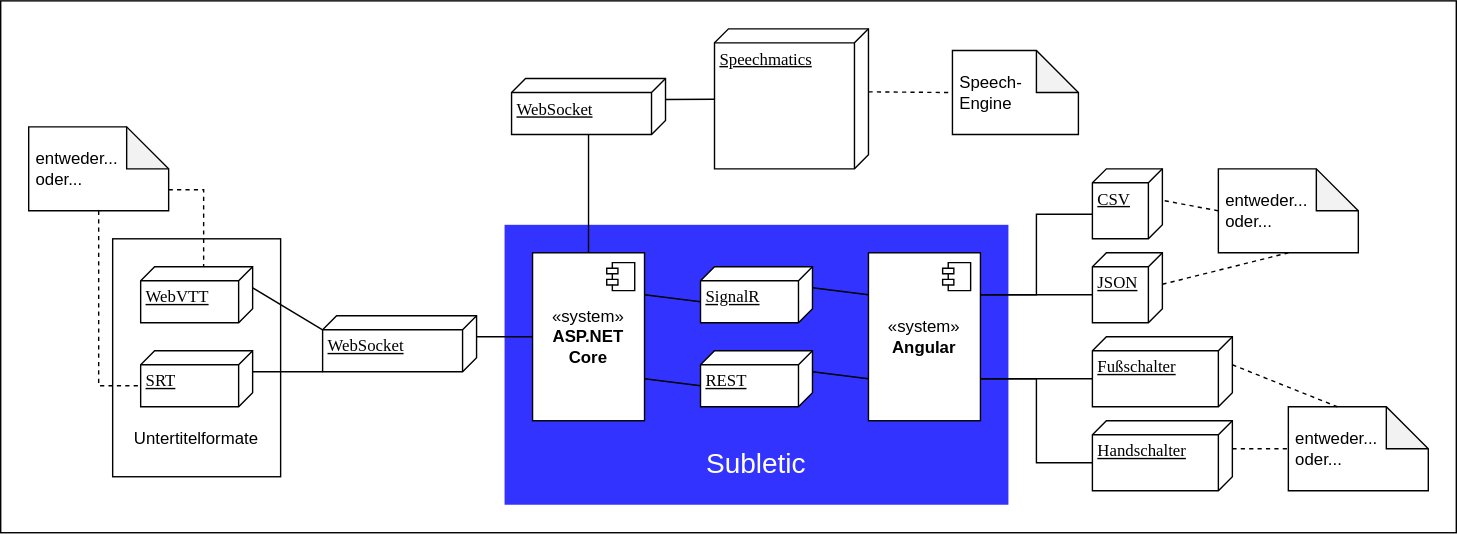
Above: img/TechnischerKontext.drawio.svg in Subletic/Documentation (draw.io), before the change. Source tidied: cells renumbered, new cells last; positions are measured from the earlier drawing's top-left corner, leaving out a move shared by most shapes.
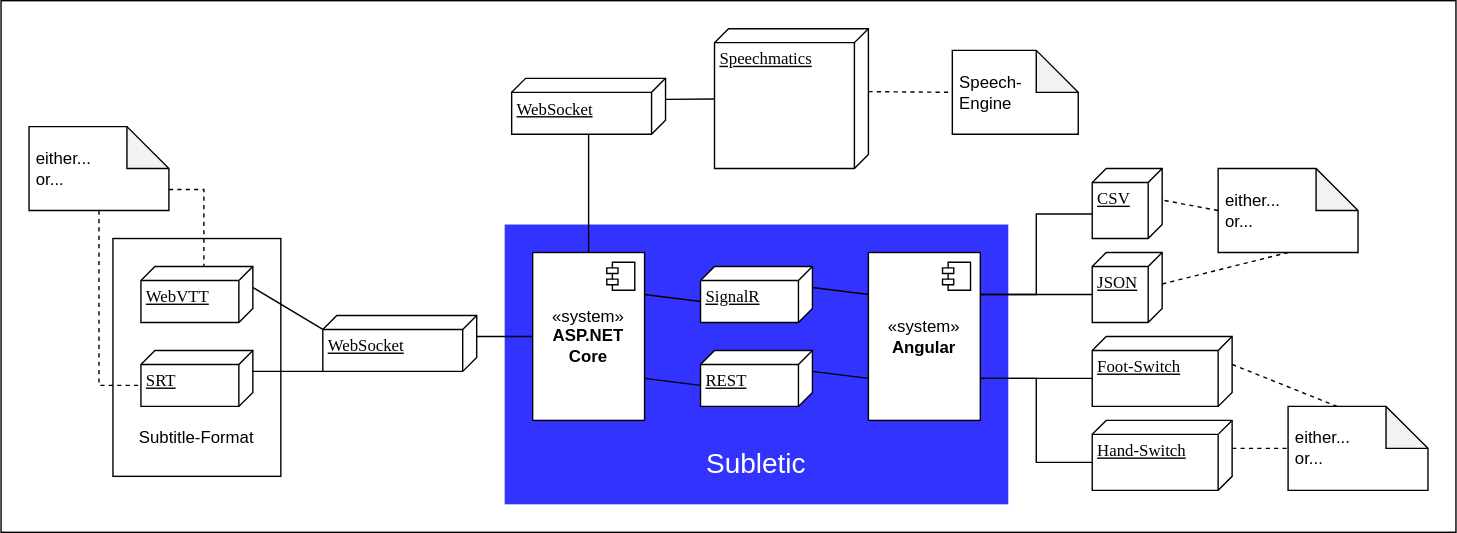
Above is the later version.

Diff of the diagram source:
```diff
@@ -8,7 +8,7 @@
     <mxCell id="3" style="rounded=0;whiteSpace=wrap;html=1;fillColor=#3333FF;strokeColor=none;fontColor=#ffffff;" parent="1" vertex="1">
       <mxGeometry x="360" y="160" width="360" height="200" as="geometry" />
     </mxCell>
-    <mxCell id="4" value="&lt;div&gt;&lt;br&gt;&lt;/div&gt;&lt;div&gt;&lt;br&gt;&lt;/div&gt;&lt;div&gt;&lt;br&gt;&lt;/div&gt;&lt;div&gt;&lt;br&gt;&lt;/div&gt;&lt;div&gt;&lt;br&gt;&lt;/div&gt;&lt;div&gt;&lt;br&gt;&lt;/div&gt;&lt;div&gt;&lt;br&gt;&lt;/div&gt;&lt;div&gt;&lt;br&gt;&lt;/div&gt;&lt;div&gt;Untertitelformate&lt;/div&gt;" style="rounded=0;whiteSpace=wrap;html=1;" parent="1" vertex="1">
+    <mxCell id="4" value="&lt;div&gt;&lt;br&gt;&lt;/div&gt;&lt;div&gt;&lt;br&gt;&lt;/div&gt;&lt;div&gt;&lt;br&gt;&lt;/div&gt;&lt;div&gt;&lt;br&gt;&lt;/div&gt;&lt;div&gt;&lt;br&gt;&lt;/div&gt;&lt;div&gt;&lt;br&gt;&lt;/div&gt;&lt;div&gt;&lt;br&gt;&lt;/div&gt;&lt;div&gt;&lt;br&gt;&lt;/div&gt;&lt;div&gt;Subtitle-Format&lt;/div&gt;" style="rounded=0;whiteSpace=wrap;html=1;" parent="1" vertex="1">
       <mxGeometry x="80" y="170" width="120" height="170" as="geometry" />
     </mxCell>
     <mxCell id="5" style="jettySize=auto;html=1;entryX=0;entryY=0.5;entryDx=0;entryDy=0;rounded=0;endArrow=none;endFill=0;exitX=0;exitY=0;exitDx=15;exitDy=0;exitPerimeter=0;" parent="1" edge="1" source="34" target="6">
@@ -66,7 +66,7 @@
     <mxCell id="21" value="SRT" style="verticalAlign=top;align=left;spacingTop=8;spacingLeft=2;spacingRight=12;shape=cube;size=10;direction=south;fontStyle=4;html=1;rounded=0;shadow=0;comic=0;labelBackgroundColor=none;strokeWidth=1;fontFamily=Verdana;fontSize=12;" parent="1" vertex="1">
       <mxGeometry x="100" y="250" width="80" height="40" as="geometry" />
     </mxCell>
-    <mxCell id="22" value="&lt;div&gt;&amp;nbsp;entweder...&lt;/div&gt;&lt;div&gt;&amp;nbsp;oder...&lt;br&gt;&lt;/div&gt;" style="shape=note;whiteSpace=wrap;html=1;backgroundOutline=1;darkOpacity=0.05;align=left;" parent="1" vertex="1">
+    <mxCell id="22" value="&lt;div&gt;&amp;nbsp;either...&lt;/div&gt;&lt;div&gt;&amp;nbsp;or...&lt;br&gt;&lt;/div&gt;" style="shape=note;whiteSpace=wrap;html=1;backgroundOutline=1;darkOpacity=0.05;align=left;" parent="1" vertex="1">
       <mxGeometry x="20" y="90" width="100" height="60" as="geometry" />
     </mxCell>
     <mxCell id="23" style="rounded=0;jettySize=auto;html=1;entryX=0;entryY=0;entryDx=0;entryDy=35;entryPerimeter=0;endArrow=none;endFill=0;dashed=1;exitX=0;exitY=0;exitDx=100;exitDy=45;exitPerimeter=0;edgeStyle=orthogonalEdgeStyle;" parent="1" edge="1" source="22" target="20">
@@ -110,7 +110,7 @@
     <mxCell id="34" value="WebSocket" style="verticalAlign=top;align=left;spacingTop=8;spacingLeft=2;spacingRight=12;shape=cube;size=10;direction=south;fontStyle=4;html=1;rounded=0;shadow=0;comic=0;labelBackgroundColor=none;strokeWidth=1;fontFamily=Verdana;fontSize=12;" parent="1" vertex="1">
       <mxGeometry x="230" y="225" width="110" height="40" as="geometry" />
     </mxCell>
-    <mxCell id="35" value="&lt;div&gt;&amp;nbsp;entweder...&lt;/div&gt;&lt;div&gt;&amp;nbsp;oder...&lt;br&gt;&lt;/div&gt;" style="shape=note;whiteSpace=wrap;html=1;backgroundOutline=1;darkOpacity=0.05;align=left;" parent="1" vertex="1">
+    <mxCell id="35" value="&lt;div&gt;&amp;nbsp;either...&lt;/div&gt;&lt;div&gt;&amp;nbsp;or...&lt;br&gt;&lt;/div&gt;" style="shape=note;whiteSpace=wrap;html=1;backgroundOutline=1;darkOpacity=0.05;align=left;" parent="1" vertex="1">
       <mxGeometry x="870" y="120" width="100" height="60" as="geometry" />
     </mxCell>
     <mxCell id="36" style="rounded=0;jettySize=auto;html=1;entryX=0;entryY=0;entryDx=22.5;entryDy=0;entryPerimeter=0;endArrow=none;endFill=0;dashed=1;exitX=0;exitY=0.5;exitDx=0;exitDy=0;exitPerimeter=0;" parent="1" edge="1" source="35" target="31">
@@ -125,16 +125,16 @@
     <mxCell id="39" style="edgeStyle=orthogonalEdgeStyle;rounded=0;jettySize=auto;html=1;exitX=0;exitY=0;exitDx=30;exitDy=100;exitPerimeter=0;entryX=1;entryY=0.75;entryDx=0;entryDy=0;endArrow=none;endFill=0;" parent="1" edge="1" source="40" target="12">
       <mxGeometry relative="1" as="geometry" />
     </mxCell>
-    <mxCell id="40" value="Handschalter" style="verticalAlign=top;align=left;spacingTop=8;spacingLeft=2;spacingRight=12;shape=cube;size=10;direction=south;fontStyle=4;html=1;rounded=0;shadow=0;comic=0;labelBackgroundColor=none;strokeWidth=1;fontFamily=Verdana;fontSize=12;" parent="1" vertex="1">
+    <mxCell id="40" value="Hand-Switch" style="verticalAlign=top;align=left;spacingTop=8;spacingLeft=2;spacingRight=12;shape=cube;size=10;direction=south;fontStyle=4;html=1;rounded=0;shadow=0;comic=0;labelBackgroundColor=none;strokeWidth=1;fontFamily=Verdana;fontSize=12;" parent="1" vertex="1">
       <mxGeometry x="780" y="300" width="100" height="50" as="geometry" />
     </mxCell>
     <mxCell id="41" style="edgeStyle=orthogonalEdgeStyle;rounded=0;jettySize=auto;html=1;exitX=0;exitY=0;exitDx=30;exitDy=100;exitPerimeter=0;entryX=1;entryY=0.75;entryDx=0;entryDy=0;endArrow=none;endFill=0;" parent="1" edge="1" source="42" target="12">
       <mxGeometry relative="1" as="geometry" />
     </mxCell>
-    <mxCell id="42" value="Fußschalter" style="verticalAlign=top;align=left;spacingTop=8;spacingLeft=2;spacingRight=12;shape=cube;size=10;direction=south;fontStyle=4;html=1;rounded=0;shadow=0;comic=0;labelBackgroundColor=none;strokeWidth=1;fontFamily=Verdana;fontSize=12;" parent="1" vertex="1">
+    <mxCell id="42" value="Foot-Switch" style="verticalAlign=top;align=left;spacingTop=8;spacingLeft=2;spacingRight=12;shape=cube;size=10;direction=south;fontStyle=4;html=1;rounded=0;shadow=0;comic=0;labelBackgroundColor=none;strokeWidth=1;fontFamily=Verdana;fontSize=12;" parent="1" vertex="1">
       <mxGeometry x="780" y="240" width="100" height="50" as="geometry" />
     </mxCell>
-    <mxCell id="43" value="&lt;div&gt;&amp;nbsp;entweder...&lt;/div&gt;&lt;div&gt;&amp;nbsp;oder...&lt;br&gt;&lt;/div&gt;" style="shape=note;whiteSpace=wrap;html=1;backgroundOutline=1;darkOpacity=0.05;align=left;" parent="1" vertex="1">
+    <mxCell id="43" value="&lt;div&gt;&amp;nbsp;either...&lt;/div&gt;&lt;div&gt;&amp;nbsp;or...&lt;br&gt;&lt;/div&gt;" style="shape=note;whiteSpace=wrap;html=1;backgroundOutline=1;darkOpacity=0.05;align=left;" parent="1" vertex="1">
       <mxGeometry x="920" y="290" width="100" height="60" as="geometry" />
     </mxCell>
     <mxCell id="44" style="rounded=0;jettySize=auto;html=1;exitX=0;exitY=0;exitDx=20;exitDy=0;exitPerimeter=0;entryX=0;entryY=0;entryDx=35;entryDy=0;entryPerimeter=0;dashed=1;endArrow=none;endFill=0;" parent="1" edge="1" source="42" target="43">
```
